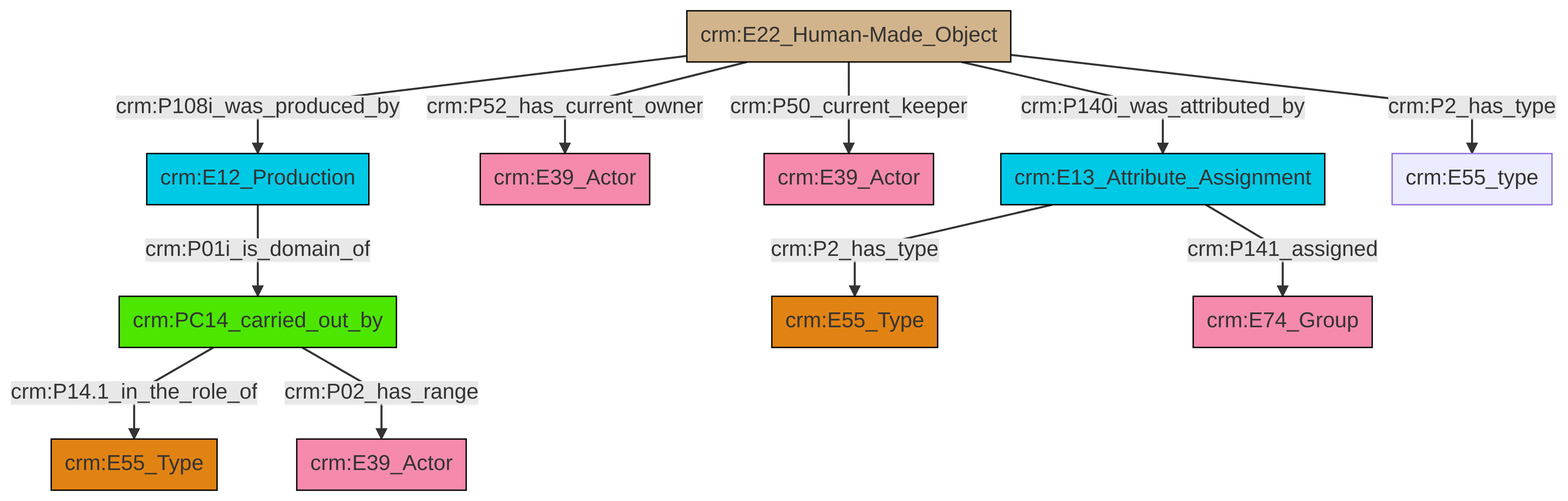
swiss-art-research-net/reference-data-models keeps this Mermaid diagram as et/artworkCSV/ttl/mmd/png/Artwork_Actor_Relations.png. Above is the earlier version. Its source is kept beside it as et/artworkCSV/ttl/mmd/Artwork_Actor_Relations.ttl.mmd.
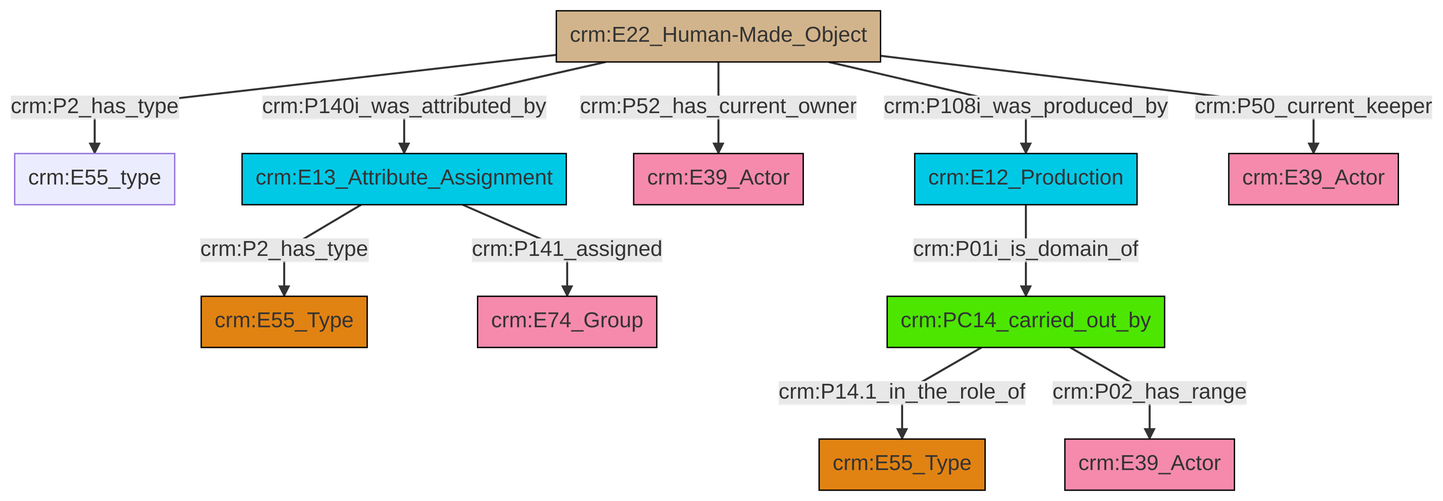
The same file after the commit.

What changed in the source:
```diff
@@ -13,13 +13,13 @@
 classDef PC_Classes fill:#4ce600, stroke:#000000;
 classDef Multi fill:#cccccc,stroke:#000000;
 
-6["crm:E22_Human-Made_Object"]:::Physical_Thing -->|crm:P140i_was_attributed_by| 2["crm:E13_Attribute_Assignment"]:::Temporal_Entity
-6["crm:E22_Human-Made_Object"]:::Physical_Thing -->|crm:P50_current_keeper| 7["crm:E39_Actor"]:::Actor
-6["crm:E22_Human-Made_Object"]:::Physical_Thing -->|crm:P108i_was_produced_by| 8["crm:E12_Production"]:::Temporal_Entity
-8["crm:E12_Production"]:::Temporal_Entity -->|crm:P01i_is_domain_of| 9["crm:PC14_carried_out_by"]:::PC_Classes
-2["crm:E13_Attribute_Assignment"]:::Temporal_Entity -->|crm:P2_has_type| 13["crm:E55_Type"]:::Type
-6["crm:E22_Human-Made_Object"]:::Physical_Thing -->|crm:P2_has_type| 14["crm:E55_type"]:::Default
-2["crm:E13_Attribute_Assignment"]:::Temporal_Entity -->|crm:P141_assigned| 18["crm:E74_Group"]:::Actor
-9["crm:PC14_carried_out_by"]:::PC_Classes -->|crm:P14.1_in_the_role_of| 11["crm:E55_Type"]:::Type
-9["crm:PC14_carried_out_by"]:::PC_Classes -->|crm:P02_has_range| 0["crm:E39_Actor"]:::Actor
-6["crm:E22_Human-Made_Object"]:::Physical_Thing -->|crm:P52_has_current_owner| 4["crm:E39_Actor"]:::Actor
+0["crm:E22_Human-Made_Object"]:::Physical_Thing -->|crm:P2_has_type| 1["crm:E55_type"]:::Default
+0["crm:E22_Human-Made_Object"]:::Physical_Thing -->|crm:P140i_was_attributed_by| 6["crm:E13_Attribute_Assignment"]:::Temporal_Entity
+0["crm:E22_Human-Made_Object"]:::Physical_Thing -->|crm:P52_has_current_owner| 7["crm:E39_Actor"]:::Actor
+0["crm:E22_Human-Made_Object"]:::Physical_Thing -->|crm:P50_current_keeper| 10["crm:E39_Actor"]:::Actor
+6["crm:E13_Attribute_Assignment"]:::Temporal_Entity -->|crm:P2_has_type| 2["crm:E55_Type"]:::Type
+6["crm:E13_Attribute_Assignment"]:::Temporal_Entity -->|crm:P141_assigned| 13["crm:E74_Group"]:::Actor
+14["crm:PC14_carried_out_by"]:::PC_Classes -->|crm:P14.1_in_the_role_of| 4["crm:E55_Type"]:::Type
+0["crm:E22_Human-Made_Object"]:::Physical_Thing -->|crm:P108i_was_produced_by| 8["crm:E12_Production"]:::Temporal_Entity
+14["crm:PC14_carried_out_by"]:::PC_Classes -->|crm:P02_has_range| 16["crm:E39_Actor"]:::Actor
+8["crm:E12_Production"]:::Temporal_Entity -->|crm:P01i_is_domain_of| 14["crm:PC14_carried_out_by"]:::PC_Classes
```
